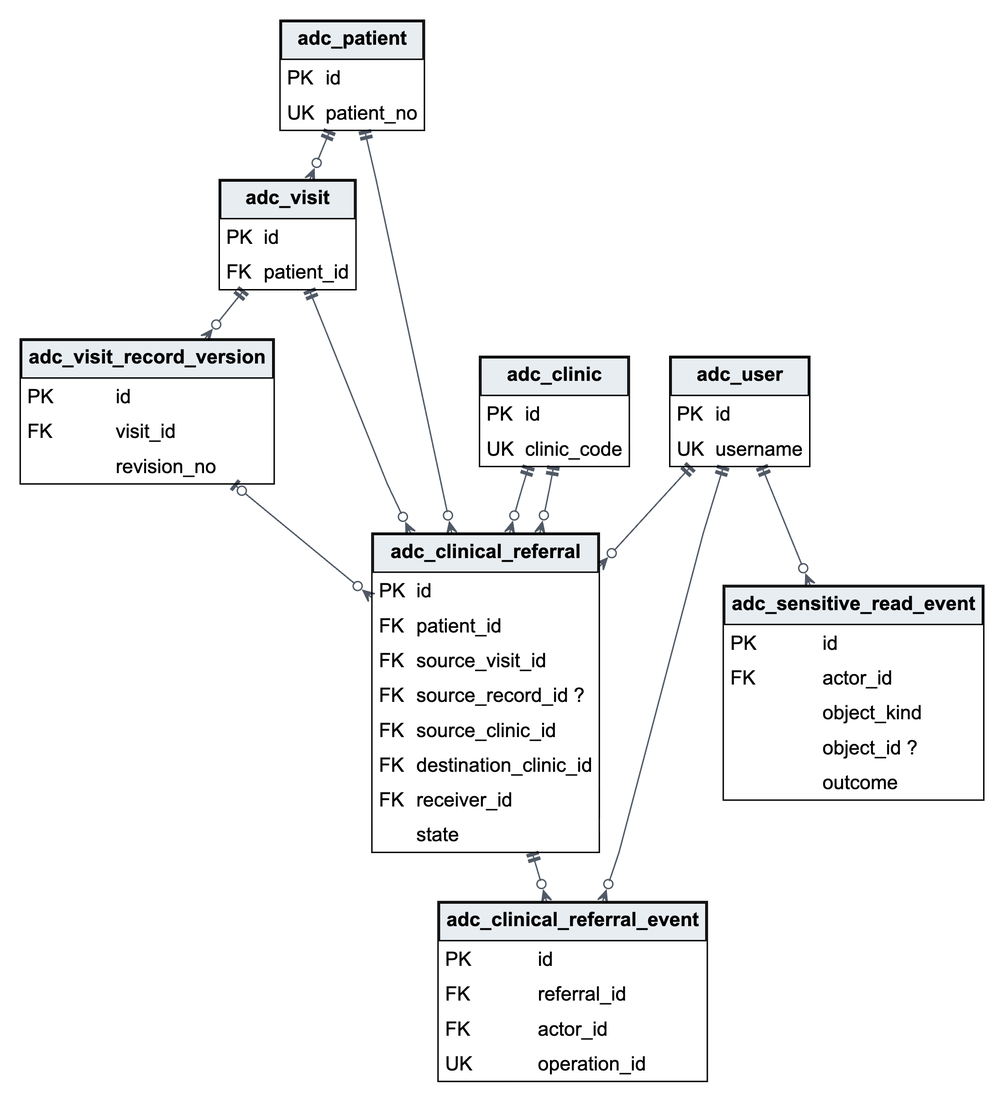
Zhang646967/adc-dental-clinic keeps this Graphviz diagram as docs/database/er_clinical_referral.png. Above is the earlier version. Its source is kept beside it as docs/database/er_clinical_referral.dot. The source it was exported from:
```dot
digraph schema {
graph [rankdir=TB, bgcolor="white", pad="0.2", nodesep="0.40", ranksep="0.48", splines=polyline, outputorder=edgesfirst];
node [shape=plain, fontname="Arial", fontsize=14];
edge [color="#505965", arrowsize=0.8, dir=both];
"adc_patient" [label=<<TABLE BORDER="1" CELLBORDER="0" CELLSPACING="0" CELLPADDING="4"><TR><TD COLSPAN="2" BGCOLOR="#e8edf2" BORDER="1"><B>adc_patient</B></TD></TR><TR><TD ALIGN="LEFT">PK</TD><TD ALIGN="LEFT" PORT="id">id</TD></TR><TR><TD ALIGN="LEFT">UK</TD><TD ALIGN="LEFT" PORT="patient_no">patient_no</TD></TR></TABLE>>];
"adc_clinic" [label=<<TABLE BORDER="1" CELLBORDER="0" CELLSPACING="0" CELLPADDING="4"><TR><TD COLSPAN="2" BGCOLOR="#e8edf2" BORDER="1"><B>adc_clinic</B></TD></TR><TR><TD ALIGN="LEFT">PK</TD><TD ALIGN="LEFT" PORT="id">id</TD></TR><TR><TD ALIGN="LEFT">UK</TD><TD ALIGN="LEFT" PORT="clinic_code">clinic_code</TD></TR></TABLE>>];
"adc_user" [label=<<TABLE BORDER="1" CELLBORDER="0" CELLSPACING="0" CELLPADDING="4"><TR><TD COLSPAN="2" BGCOLOR="#e8edf2" BORDER="1"><B>adc_user</B></TD></TR><TR><TD ALIGN="LEFT">PK</TD><TD ALIGN="LEFT" PORT="id">id</TD></TR><TR><TD ALIGN="LEFT">UK</TD><TD ALIGN="LEFT" PORT="username">username</TD></TR></TABLE>>];
"adc_visit" [label=<<TABLE BORDER="1" CELLBORDER="0" CELLSPACING="0" CELLPADDING="4"><TR><TD COLSPAN="2" BGCOLOR="#e8edf2" BORDER="1"><B>adc_visit</B></TD></TR><TR><TD ALIGN="LEFT">PK</TD><TD ALIGN="LEFT" PORT="id">id</TD></TR><TR><TD ALIGN="LEFT">FK</TD><TD ALIGN="LEFT" PORT="patient_id">patient_id</TD></TR></TABLE>>];
"adc_visit_record_version" [label=<<TABLE BORDER="1" CELLBORDER="0" CELLSPACING="0" CELLPADDING="4"><TR><TD COLSPAN="2" BGCOLOR="#e8edf2" BORDER="1"><B>adc_visit_record_version</B></TD></TR><TR><TD ALIGN="LEFT">PK</TD><TD ALIGN="LEFT" PORT="id">id</TD></TR><TR><TD ALIGN="LEFT">FK</TD><TD ALIGN="LEFT" PORT="visit_id">visit_id</TD></TR><TR><TD ALIGN="LEFT"></TD><TD ALIGN="LEFT" PORT="revision_no">revision_no</TD></TR></TABLE>>];
"adc_clinical_referral" [label=<<TABLE BORDER="1" CELLBORDER="0" CELLSPACING="0" CELLPADDING="4"><TR><TD COLSPAN="2" BGCOLOR="#e8edf2" BORDER="1"><B>adc_clinical_referral</B></TD></TR><TR><TD ALIGN="LEFT">PK</TD><TD ALIGN="LEFT" PORT="id">id</TD></TR><TR><TD ALIGN="LEFT">FK</TD><TD ALIGN="LEFT" PORT="patient_id">patient_id</TD></TR><TR><TD ALIGN="LEFT">FK</TD><TD ALIGN="LEFT" PORT="source_visit_id">source_visit_id</TD></TR><TR><TD ALIGN="LEFT">FK</TD><TD ALIGN="LEFT" PORT="source_record_id">source_record_id ?</TD></TR><TR><TD ALIGN="LEFT">FK</TD><TD ALIGN="LEFT" PORT="source_clinic_id">source_clinic_id</TD></TR><TR><TD ALIGN="LEFT">FK</TD><TD ALIGN="LEFT" PORT="destination_clinic_id">destination_clinic_id</TD></TR><TR><TD ALIGN="LEFT">FK</TD><TD ALIGN="LEFT" PORT="receiver_id">receiver_id</TD></TR><TR><TD ALIGN="LEFT"></TD><TD ALIGN="LEFT" PORT="state">state</TD></TR></TABLE>>];
"adc_clinical_referral_event" [label=<<TABLE BORDER="1" CELLBORDER="0" CELLSPACING="0" CELLPADDING="4"><TR><TD COLSPAN="2" BGCOLOR="#e8edf2" BORDER="1"><B>adc_clinical_referral_event</B></TD></TR><TR><TD ALIGN="LEFT">PK</TD><TD ALIGN="LEFT" PORT="id">id</TD></TR><TR><TD ALIGN="LEFT">FK</TD><TD ALIGN="LEFT" PORT="referral_id">referral_id</TD></TR><TR><TD ALIGN="LEFT">FK</TD><TD ALIGN="LEFT" PORT="actor_id">actor_id</TD></TR><TR><TD ALIGN="LEFT">UK</TD><TD ALIGN="LEFT" PORT="operation_id">operation_id</TD></TR></TABLE>>];
"adc_sensitive_read_event" [label=<<TABLE BORDER="1" CELLBORDER="0" CELLSPACING="0" CELLPADDING="4"><TR><TD COLSPAN="2" BGCOLOR="#e8edf2" BORDER="1"><B>adc_sensitive_read_event</B></TD></TR><TR><TD ALIGN="LEFT">PK</TD><TD ALIGN="LEFT" PORT="id">id</TD></TR><TR><TD ALIGN="LEFT">FK</TD><TD ALIGN="LEFT" PORT="actor_id">actor_id</TD></TR><TR><TD ALIGN="LEFT"></TD><TD ALIGN="LEFT" PORT="object_kind">object_kind</TD></TR><TR><TD ALIGN="LEFT"></TD><TD ALIGN="LEFT" PORT="object_id">object_id ?</TD></TR><TR><TD ALIGN="LEFT"></TD><TD ALIGN="LEFT" PORT="outcome">outcome</TD></TR></TABLE>>];
"adc_patient" -> "adc_visit" [arrowtail="teetee", arrowhead="crowodot", tooltip="adc_visit.patient_id references adc_patient.id; 0..*:1"];
"adc_visit" -> "adc_visit_record_version" [arrowtail="teetee", arrowhead="crowodot", tooltip="adc_visit_record_version.visit_id references adc_visit.id; 0..*:1"];
"adc_patient" -> "adc_clinical_referral" [arrowtail="teetee", arrowhead="crowodot", tooltip="adc_clinical_referral.patient_id references adc_patient.id; 0..*:1"];
"adc_visit" -> "adc_clinical_referral" [arrowtail="teetee", arrowhead="crowodot", tooltip="adc_clinical_referral.source_visit_id references adc_visit.id; 0..*:1"];
"adc_visit_record_version" -> "adc_clinical_referral" [arrowtail="teeodot", arrowhead="crowodot", tooltip="adc_clinical_referral.source_record_id references adc_visit_record_version.id; 0..*:0..1"];
"adc_clinic" -> "adc_clinical_referral" [arrowtail="teetee", arrowhead="crowodot", tooltip="adc_clinical_referral.source_clinic_id references adc_clinic.id; 0..*:1"];
"adc_clinic" -> "adc_clinical_referral" [arrowtail="teetee", arrowhead="crowodot", tooltip="adc_clinical_referral.destination_clinic_id references adc_clinic.id; 0..*:1"];
"adc_user" -> "adc_clinical_referral" [arrowtail="teetee", arrowhead="crowodot", tooltip="adc_clinical_referral.receiver_id references adc_user.id; 0..*:1"];
"adc_clinical_referral" -> "adc_clinical_referral_event" [arrowtail="teetee", arrowhead="crowodot", tooltip="adc_clinical_referral_event.referral_id references adc_clinical_referral.id; 0..*:1"];
"adc_user" -> "adc_clinical_referral_event" [arrowtail="teetee", arrowhead="crowodot", tooltip="adc_clinical_referral_event.actor_id references adc_user.id; 0..*:1"];
"adc_user" -> "adc_sensitive_read_event" [arrowtail="teetee", arrowhead="crowodot", tooltip="adc_sensitive_read_event.actor_id references adc_user.id; 0..*:1"];
}
```
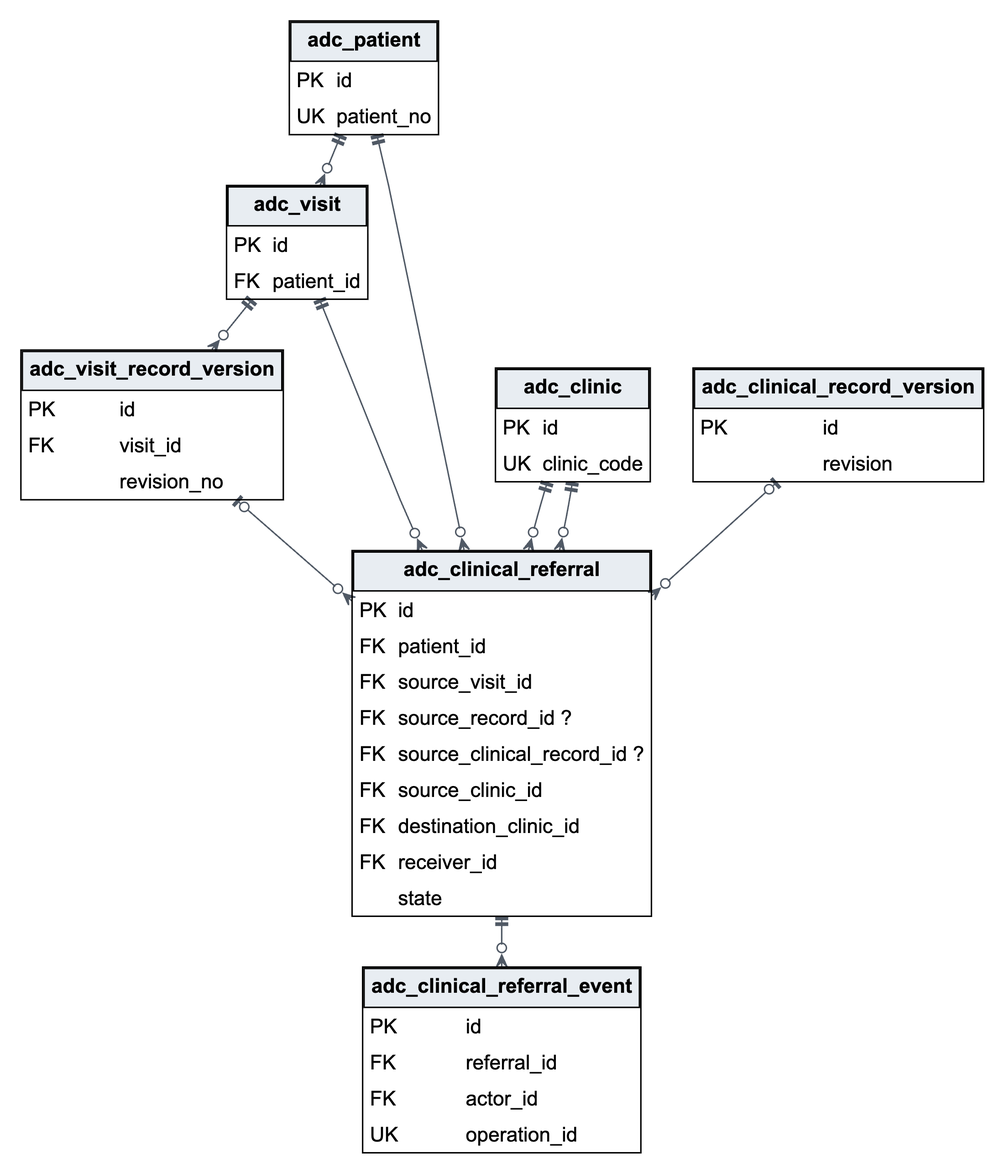
Above is the later version.

The edit, as a diff of the source:
```diff
@@ -4,21 +4,18 @@
 edge [color="#505965", arrowsize=0.8, dir=both];
 "adc_patient" [label=<<TABLE BORDER="1" CELLBORDER="0" CELLSPACING="0" CELLPADDING="4"><TR><TD COLSPAN="2" BGCOLOR="#e8edf2" BORDER="1"><B>adc_patient</B></TD></TR><TR><TD ALIGN="LEFT">PK</TD><TD ALIGN="LEFT" PORT="id">id</TD></TR><TR><TD ALIGN="LEFT">UK</TD><TD ALIGN="LEFT" PORT="patient_no">patient_no</TD></TR></TABLE>>];
 "adc_clinic" [label=<<TABLE BORDER="1" CELLBORDER="0" CELLSPACING="0" CELLPADDING="4"><TR><TD COLSPAN="2" BGCOLOR="#e8edf2" BORDER="1"><B>adc_clinic</B></TD></TR><TR><TD ALIGN="LEFT">PK</TD><TD ALIGN="LEFT" PORT="id">id</TD></TR><TR><TD ALIGN="LEFT">UK</TD><TD ALIGN="LEFT" PORT="clinic_code">clinic_code</TD></TR></TABLE>>];
-"adc_user" [label=<<TABLE BORDER="1" CELLBORDER="0" CELLSPACING="0" CELLPADDING="4"><TR><TD COLSPAN="2" BGCOLOR="#e8edf2" BORDER="1"><B>adc_user</B></TD></TR><TR><TD ALIGN="LEFT">PK</TD><TD ALIGN="LEFT" PORT="id">id</TD></TR><TR><TD ALIGN="LEFT">UK</TD><TD ALIGN="LEFT" PORT="username">username</TD></TR></TABLE>>];
 "adc_visit" [label=<<TABLE BORDER="1" CELLBORDER="0" CELLSPACING="0" CELLPADDING="4"><TR><TD COLSPAN="2" BGCOLOR="#e8edf2" BORDER="1"><B>adc_visit</B></TD></TR><TR><TD ALIGN="LEFT">PK</TD><TD ALIGN="LEFT" PORT="id">id</TD></TR><TR><TD ALIGN="LEFT">FK</TD><TD ALIGN="LEFT" PORT="patient_id">patient_id</TD></TR></TABLE>>];
 "adc_visit_record_version" [label=<<TABLE BORDER="1" CELLBORDER="0" CELLSPACING="0" CELLPADDING="4"><TR><TD COLSPAN="2" BGCOLOR="#e8edf2" BORDER="1"><B>adc_visit_record_version</B></TD></TR><TR><TD ALIGN="LEFT">PK</TD><TD ALIGN="LEFT" PORT="id">id</TD></TR><TR><TD ALIGN="LEFT">FK</TD><TD ALIGN="LEFT" PORT="visit_id">visit_id</TD></TR><TR><TD ALIGN="LEFT"></TD><TD ALIGN="LEFT" PORT="revision_no">revision_no</TD></TR></TABLE>>];
-"adc_clinical_referral" [label=<<TABLE BORDER="1" CELLBORDER="0" CELLSPACING="0" CELLPADDING="4"><TR><TD COLSPAN="2" BGCOLOR="#e8edf2" BORDER="1"><B>adc_clinical_referral</B></TD></TR><TR><TD ALIGN="LEFT">PK</TD><TD ALIGN="LEFT" PORT="id">id</TD></TR><TR><TD ALIGN="LEFT">FK</TD><TD ALIGN="LEFT" PORT="patient_id">patient_id</TD></TR><TR><TD ALIGN="LEFT">FK</TD><TD ALIGN="LEFT" PORT="source_visit_id">source_visit_id</TD></TR><TR><TD ALIGN="LEFT">FK</TD><TD ALIGN="LEFT" PORT="source_record_id">source_record_id ?</TD></TR><TR><TD ALIGN="LEFT">FK</TD><TD ALIGN="LEFT" PORT="source_clinic_id">source_clinic_id</TD></TR><TR><TD ALIGN="LEFT">FK</TD><TD ALIGN="LEFT" PORT="destination_clinic_id">destination_clinic_id</TD></TR><TR><TD ALIGN="LEFT">FK</TD><TD ALIGN="LEFT" PORT="receiver_id">receiver_id</TD></TR><TR><TD ALIGN="LEFT"></TD><TD ALIGN="LEFT" PORT="state">state</TD></TR></TABLE>>];
+"adc_clinical_record_version" [label=<<TABLE BORDER="1" CELLBORDER="0" CELLSPACING="0" CELLPADDING="4"><TR><TD COLSPAN="2" BGCOLOR="#e8edf2" BORDER="1"><B>adc_clinical_record_version</B></TD></TR><TR><TD ALIGN="LEFT">PK</TD><TD ALIGN="LEFT" PORT="id">id</TD></TR><TR><TD ALIGN="LEFT"></TD><TD ALIGN="LEFT" PORT="revision">revision</TD></TR></TABLE>>];
+"adc_clinical_referral" [label=<<TABLE BORDER="1" CELLBORDER="0" CELLSPACING="0" CELLPADDING="4"><TR><TD COLSPAN="2" BGCOLOR="#e8edf2" BORDER="1"><B>adc_clinical_referral</B></TD></TR><TR><TD ALIGN="LEFT">PK</TD><TD ALIGN="LEFT" PORT="id">id</TD></TR><TR><TD ALIGN="LEFT">FK</TD><TD ALIGN="LEFT" PORT="patient_id">patient_id</TD></TR><TR><TD ALIGN="LEFT">FK</TD><TD ALIGN="LEFT" PORT="source_visit_id">source_visit_id</TD></TR><TR><TD ALIGN="LEFT">FK</TD><TD ALIGN="LEFT" PORT="source_record_id">source_record_id ?</TD></TR><TR><TD ALIGN="LEFT">FK</TD><TD ALIGN="LEFT" PORT="source_clinical_record_id">source_clinical_record_id ?</TD></TR><TR><TD ALIGN="LEFT">FK</TD><TD ALIGN="LEFT" PORT="source_clinic_id">source_clinic_id</TD></TR><TR><TD ALIGN="LEFT">FK</TD><TD ALIGN="LEFT" PORT="destination_clinic_id">destination_clinic_id</TD></TR><TR><TD ALIGN="LEFT">FK</TD><TD ALIGN="LEFT" PORT="receiver_id">receiver_id</TD></TR><TR><TD ALIGN="LEFT"></TD><TD ALIGN="LEFT" PORT="state">state</TD></TR></TABLE>>];
 "adc_clinical_referral_event" [label=<<TABLE BORDER="1" CELLBORDER="0" CELLSPACING="0" CELLPADDING="4"><TR><TD COLSPAN="2" BGCOLOR="#e8edf2" BORDER="1"><B>adc_clinical_referral_event</B></TD></TR><TR><TD ALIGN="LEFT">PK</TD><TD ALIGN="LEFT" PORT="id">id</TD></TR><TR><TD ALIGN="LEFT">FK</TD><TD ALIGN="LEFT" PORT="referral_id">referral_id</TD></TR><TR><TD ALIGN="LEFT">FK</TD><TD ALIGN="LEFT" PORT="actor_id">actor_id</TD></TR><TR><TD ALIGN="LEFT">UK</TD><TD ALIGN="LEFT" PORT="operation_id">operation_id</TD></TR></TABLE>>];
-"adc_sensitive_read_event" [label=<<TABLE BORDER="1" CELLBORDER="0" CELLSPACING="0" CELLPADDING="4"><TR><TD COLSPAN="2" BGCOLOR="#e8edf2" BORDER="1"><B>adc_sensitive_read_event</B></TD></TR><TR><TD ALIGN="LEFT">PK</TD><TD ALIGN="LEFT" PORT="id">id</TD></TR><TR><TD ALIGN="LEFT">FK</TD><TD ALIGN="LEFT" PORT="actor_id">actor_id</TD></TR><TR><TD ALIGN="LEFT"></TD><TD ALIGN="LEFT" PORT="object_kind">object_kind</TD></TR><TR><TD ALIGN="LEFT"></TD><TD ALIGN="LEFT" PORT="object_id">object_id ?</TD></TR><TR><TD ALIGN="LEFT"></TD><TD ALIGN="LEFT" PORT="outcome">outcome</TD></TR></TABLE>>];
 "adc_patient" -> "adc_visit" [arrowtail="teetee", arrowhead="crowodot", tooltip="adc_visit.patient_id references adc_patient.id; 0..*:1"];
 "adc_visit" -> "adc_visit_record_version" [arrowtail="teetee", arrowhead="crowodot", tooltip="adc_visit_record_version.visit_id references adc_visit.id; 0..*:1"];
 "adc_patient" -> "adc_clinical_referral" [arrowtail="teetee", arrowhead="crowodot", tooltip="adc_clinical_referral.patient_id references adc_patient.id; 0..*:1"];
 "adc_visit" -> "adc_clinical_referral" [arrowtail="teetee", arrowhead="crowodot", tooltip="adc_clinical_referral.source_visit_id references adc_visit.id; 0..*:1"];
 "adc_visit_record_version" -> "adc_clinical_referral" [arrowtail="teeodot", arrowhead="crowodot", tooltip="adc_clinical_referral.source_record_id references adc_visit_record_version.id; 0..*:0..1"];
+"adc_clinical_record_version" -> "adc_clinical_referral" [arrowtail="teeodot", arrowhead="crowodot", tooltip="adc_clinical_referral.source_clinical_record_id references adc_clinical_record_version.id; 0..*:0..1"];
 "adc_clinic" -> "adc_clinical_referral" [arrowtail="teetee", arrowhead="crowodot", tooltip="adc_clinical_referral.source_clinic_id references adc_clinic.id; 0..*:1"];
 "adc_clinic" -> "adc_clinical_referral" [arrowtail="teetee", arrowhead="crowodot", tooltip="adc_clinical_referral.destination_clinic_id references adc_clinic.id; 0..*:1"];
-"adc_user" -> "adc_clinical_referral" [arrowtail="teetee", arrowhead="crowodot", tooltip="adc_clinical_referral.receiver_id references adc_user.id; 0..*:1"];
 "adc_clinical_referral" -> "adc_clinical_referral_event" [arrowtail="teetee", arrowhead="crowodot", tooltip="adc_clinical_referral_event.referral_id references adc_clinical_referral.id; 0..*:1"];
-"adc_user" -> "adc_clinical_referral_event" [arrowtail="teetee", arrowhead="crowodot", tooltip="adc_clinical_referral_event.actor_id references adc_user.id; 0..*:1"];
-"adc_user" -> "adc_sensitive_read_event" [arrowtail="teetee", arrowhead="crowodot", tooltip="adc_sensitive_read_event.actor_id references adc_user.id; 0..*:1"];
 }
```
